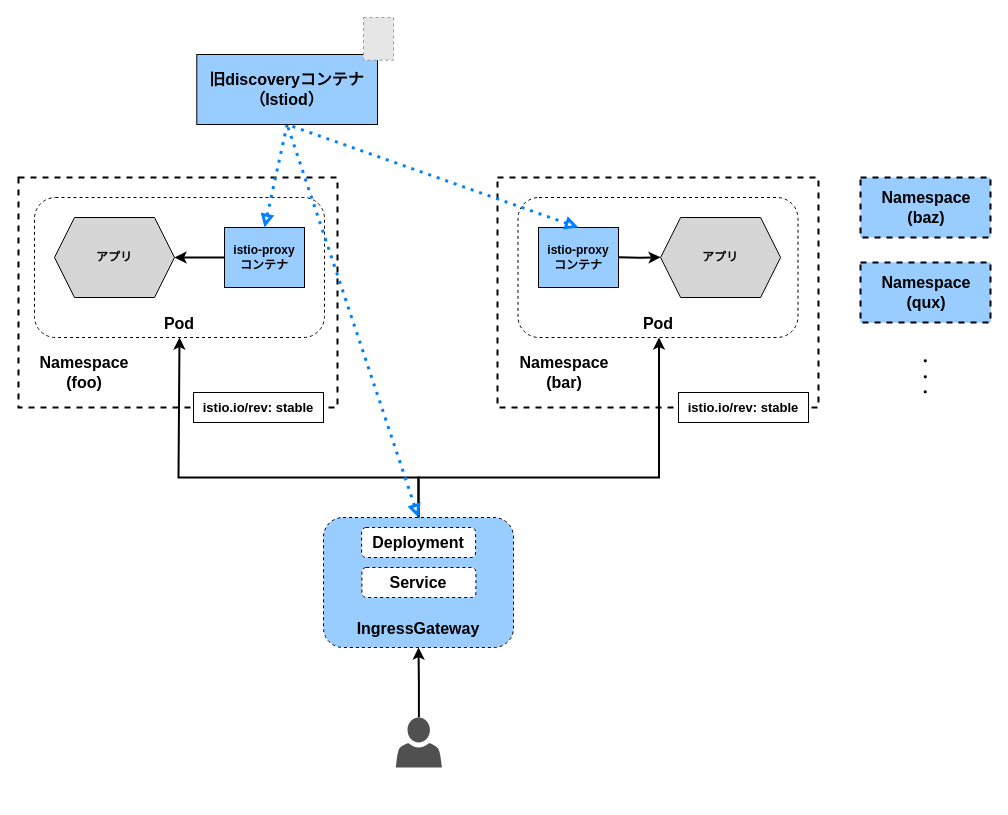
The draw.io diagram page "istio_canary-upgrade_1" (5 of 13) of images/drawio/istio/upgrade_istio.drawio in hiroki-it/tech-notebook_old, before the edit. Source tidied: cells renumbered, new cells numbered last; positions are measured from the earlier drawing's top-left corner, leaving out a move shared by most shapes. Both pictures are drawn from the tidied source at 100%, with x=0, y=0 at pixel (18, 17). Pictures stored in the file or linked from it are replaced by grey dashed boxes.
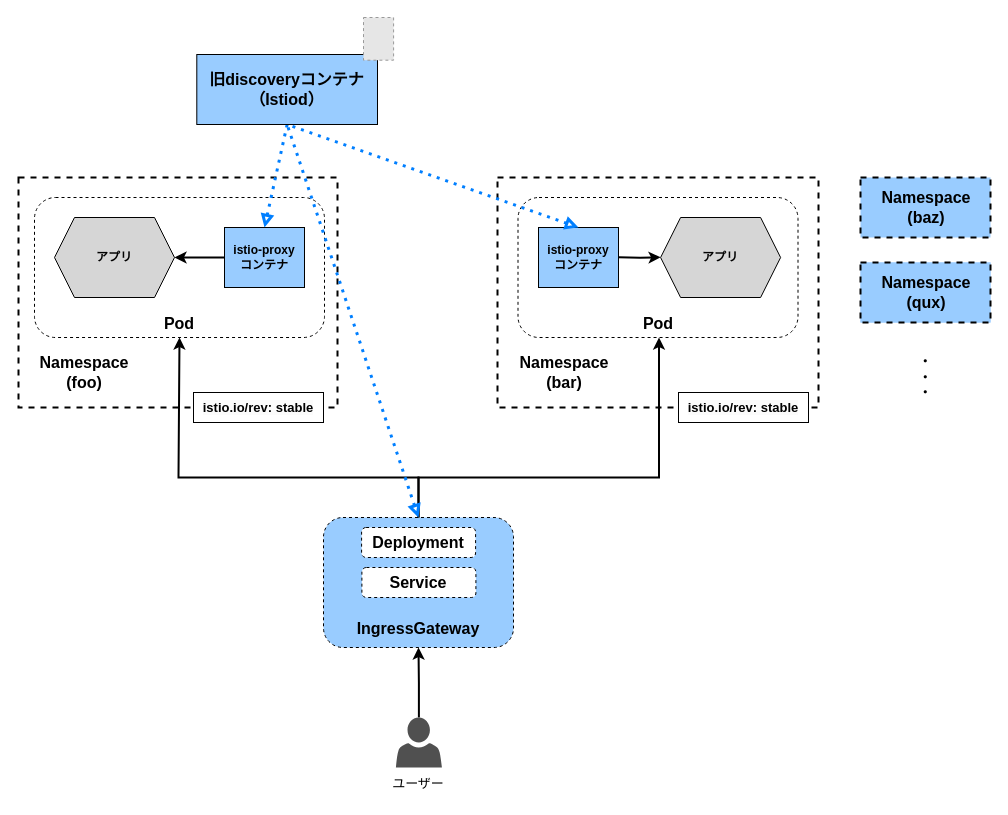
Above is the later version.

What changed in the source:
```diff
@@
+    <mxCell id="46" value="&lt;font style=&quot;font-size: 13px;&quot;&gt;ユーザー&lt;/font&gt;" style="text;html=1;strokeColor=none;fillColor=none;align=center;verticalAlign=middle;whiteSpace=wrap;rounded=0;fontSize=16;fontColor=default;" parent="1" vertex="1">
+      <mxGeometry x="365" y="750" width="70" height="30" as="geometry" />
+    </mxCell>
```
